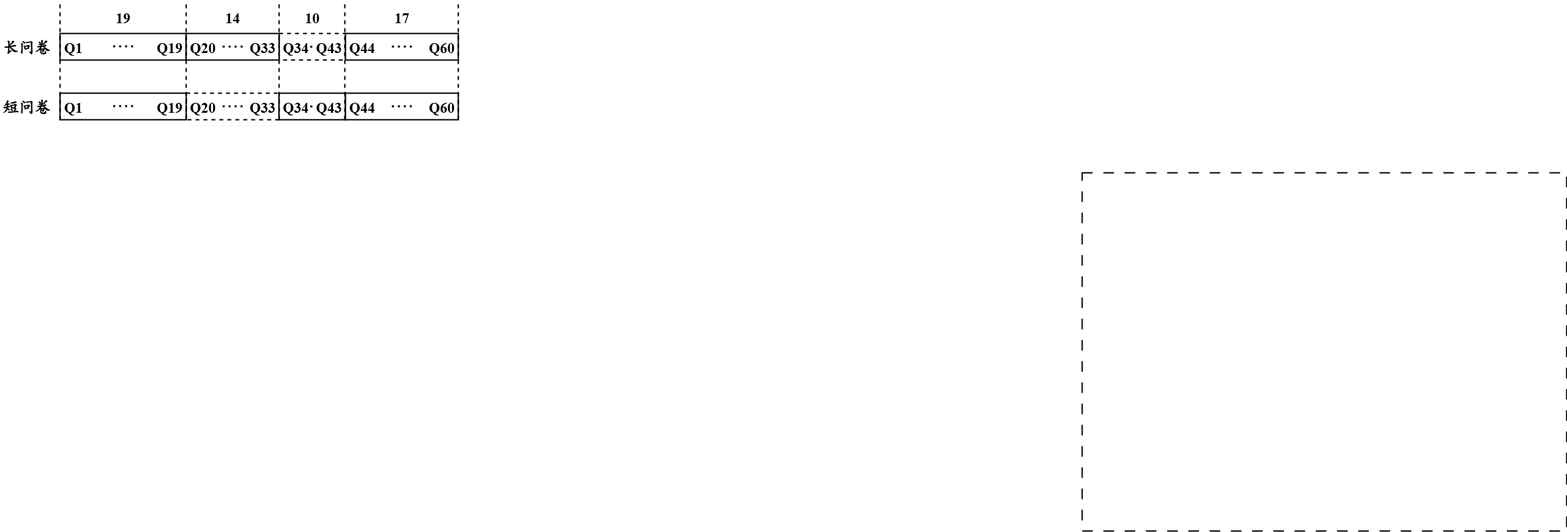
GUMrkai/FairAgent keeps this draw.io diagram as questionnaire.drawio.png. Above is the earlier version. Source tidied: cells renumbered, new cells last; positions are measured from the earlier drawing's top-left corner, leaving out a move shared by most shapes.
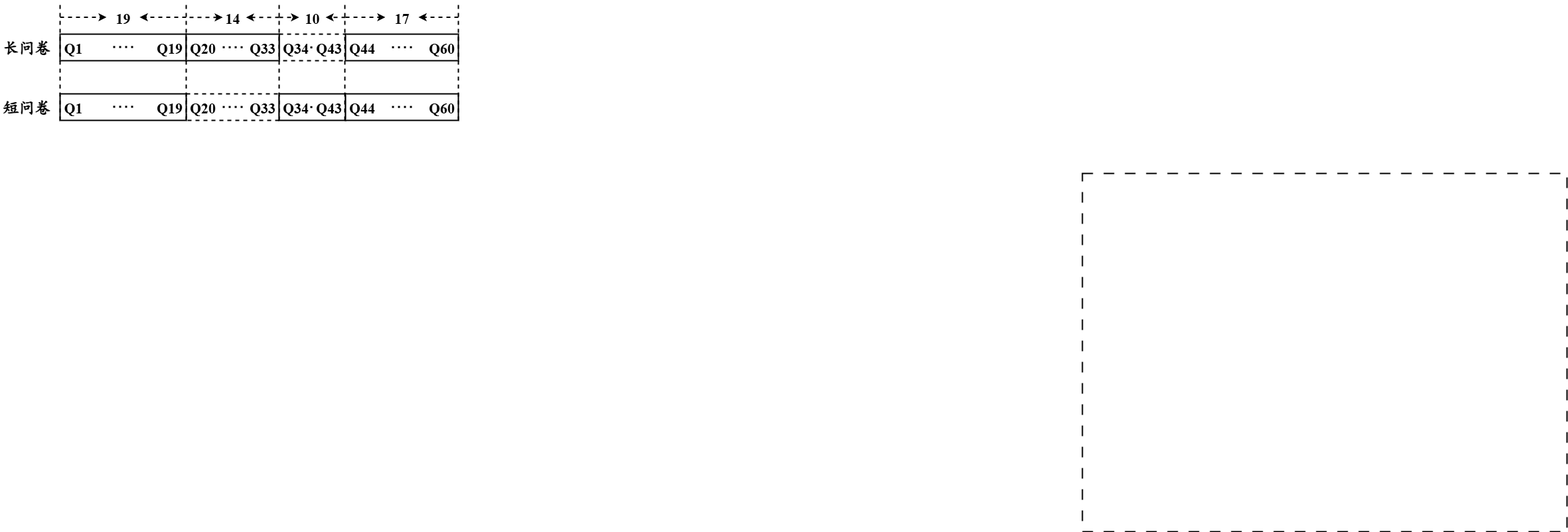
After the commit.

What changed in the source:
```diff
@@ -172,5 +172,53 @@
     <mxCell id="45" value="&lt;font face=&quot;Times New Roman&quot;&gt;&lt;span style=&quot;font-size: 22px;&quot;&gt;17&lt;/span&gt;&lt;/font&gt;" style="text;html=1;align=center;verticalAlign=middle;whiteSpace=wrap;rounded=0;fontFamily=楷体;fontStyle=1;fontSize=24;" parent="1" vertex="1">
       <mxGeometry x="590" y="10" width="30" height="30" as="geometry" />
     </mxCell>
+    <mxCell id="46" style="endArrow=classic;html=1;rounded=0;strokeWidth=2;dashed=1;" parent="1" edge="1">
+      <mxGeometry relative="1" as="geometry">
+        <mxPoint x="90" y="24.5" as="sourcePoint" />
+        <mxPoint x="160" y="24.5" as="targetPoint" />
+      </mxGeometry>
+    </mxCell>
+    <mxCell id="47" style="endArrow=classic;html=1;rounded=0;strokeWidth=2;dashed=1;" parent="1" edge="1">
+      <mxGeometry relative="1" as="geometry">
+        <mxPoint x="420" y="24.7" as="sourcePoint" />
+        <mxPoint x="370" y="24.7" as="targetPoint" />
+      </mxGeometry>
+    </mxCell>
+    <mxCell id="48" style="endArrow=classic;html=1;rounded=0;strokeWidth=2;dashed=1;" parent="1" edge="1">
+      <mxGeometry relative="1" as="geometry">
+        <mxPoint x="690" y="24.5" as="sourcePoint" />
+        <mxPoint x="630" y="24.5" as="targetPoint" />
+      </mxGeometry>
+    </mxCell>
+    <mxCell id="49" style="endArrow=classic;html=1;rounded=0;strokeWidth=2;dashed=1;" parent="1" edge="1">
+      <mxGeometry relative="1" as="geometry">
+        <mxPoint x="520" y="24.5" as="sourcePoint" />
+        <mxPoint x="580" y="24.5" as="targetPoint" />
+      </mxGeometry>
+    </mxCell>
+    <mxCell id="50" style="endArrow=classic;html=1;rounded=0;strokeWidth=2;dashed=1;" parent="1" edge="1">
+      <mxGeometry relative="1" as="geometry">
+        <mxPoint x="280" y="24.5" as="sourcePoint" />
+        <mxPoint x="210" y="24.5" as="targetPoint" />
+      </mxGeometry>
+    </mxCell>
+    <mxCell id="51" style="endArrow=classic;html=1;rounded=0;strokeWidth=2;dashed=1;" parent="1" edge="1">
+      <mxGeometry relative="1" as="geometry">
+        <mxPoint x="285" y="24.7" as="sourcePoint" />
+        <mxPoint x="335" y="24.7" as="targetPoint" />
+      </mxGeometry>
+    </mxCell>
+    <mxCell id="52" style="endArrow=classic;html=1;rounded=0;strokeWidth=2;dashed=1;" parent="1" edge="1">
+      <mxGeometry relative="1" as="geometry">
+        <mxPoint x="520" y="24.7" as="sourcePoint" />
+        <mxPoint x="490" y="24.7" as="targetPoint" />
+      </mxGeometry>
+    </mxCell>
+    <mxCell id="53" style="endArrow=classic;html=1;rounded=0;strokeWidth=2;dashed=1;" parent="1" edge="1">
+      <mxGeometry relative="1" as="geometry">
+        <mxPoint x="420" y="24.7" as="sourcePoint" />
+        <mxPoint x="450" y="24.7" as="targetPoint" />
+      </mxGeometry>
+    </mxCell>
   </root>
 </mxGraphModel>
```
